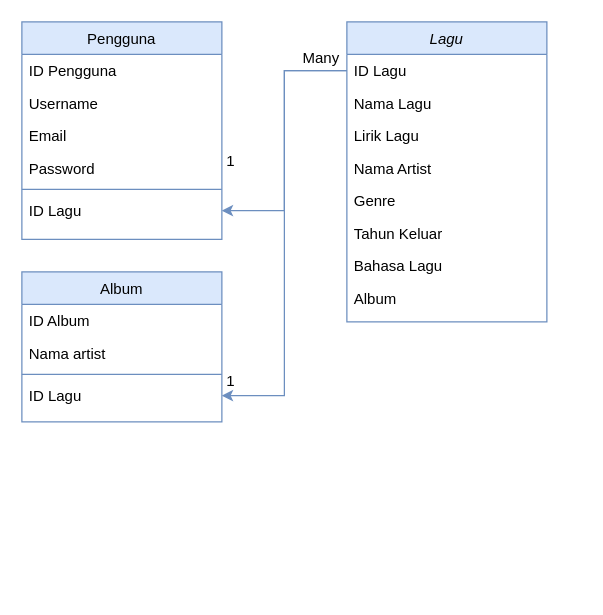
Before: Untitled Diagram.drawio in vinnnna/web, a draw.io diagram. Source tidied: cells renumbered, new cells numbered last; positions are measured from the earlier drawing's top-left corner, leaving out a move shared by most shapes. Both pictures are drawn from the tidied source at 125%, with x=0, y=0 at pixel (21, 21).
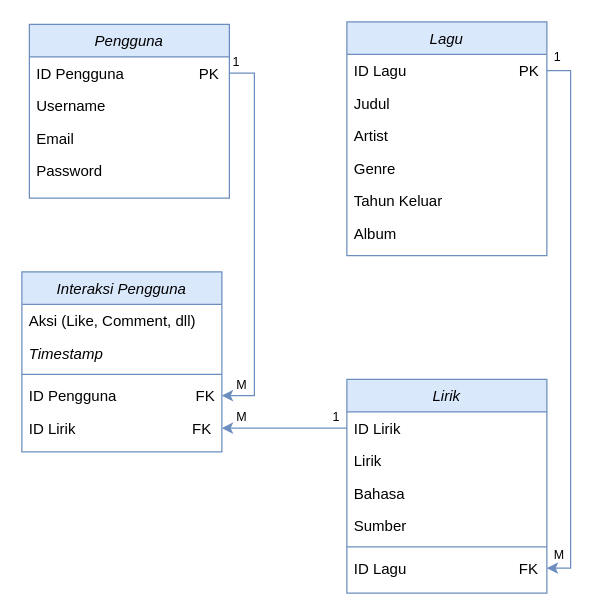
The same diagram, later.

The edit, as a diff of the source:
```diff
@@
     <mxCell id="2" value="Lagu" style="swimlane;fontStyle=2;align=center;verticalAlign=top;horizontal=1;startSize=26;rounded=0;shadow=0;strokeWidth=1;fillColor=#dae8fc;strokeColor=#6c8ebf;" parent="1" vertex="1">
-      <mxGeometry x="260" width="160" height="240" as="geometry" />
+      <mxGeometry x="260" width="160" height="187" as="geometry" />
     </mxCell>
-    <mxCell id="3" value="ID Lagu" style="text;align=left;verticalAlign=top;spacingLeft=4;spacingRight=4;overflow=hidden;points=[[0,0.5],[1,0.5]];portConstraint=eastwest;" parent="2" vertex="1">
+    <mxCell id="3" value="ID Lagu                           PK" style="text;align=left;verticalAlign=top;spacingLeft=4;spacingRight=4;overflow=hidden;points=[[0,0.5],[1,0.5]];portConstraint=eastwest;" parent="2" vertex="1">
       <mxGeometry y="26" width="160" height="26" as="geometry" />
     </mxCell>
-    <mxCell id="4" value="Nama Lagu" style="text;align=left;verticalAlign=top;spacingLeft=4;spacingRight=4;overflow=hidden;rounded=0;shadow=0;html=0;" parent="2" vertex="1">
+    <mxCell id="4" value="Judul" style="text;align=left;verticalAlign=top;spacingLeft=4;spacingRight=4;overflow=hidden;rounded=0;shadow=0;html=0;" parent="2" vertex="1">
       <mxGeometry y="52" width="160" height="26" as="geometry" />
     </mxCell>
-    <mxCell id="5" value="Lirik Lagu" style="text;align=left;verticalAlign=top;spacingLeft=4;spacingRight=4;overflow=hidden;rounded=0;shadow=0;html=0;" parent="2" vertex="1">
-      <mxGeometry y="78" width="160" height="26" as="geometry" />
-    </mxCell>
-    <mxCell id="6" value="Nama Artist" style="text;align=left;verticalAlign=top;spacingLeft=4;spacingRight=4;overflow=hidden;rounded=0;shadow=0;html=0;" parent="2" vertex="1">
-      <mxGeometry y="104" width="160" height="26" as="geometry" />
+    <mxCell id="6" value="Artist" style="text;align=left;verticalAlign=top;spacingLeft=4;spacingRight=4;overflow=hidden;rounded=0;shadow=0;html=0;" parent="2" vertex="1">
+      <mxGeometry y="78" width="160" height="26" as="geometry" />
     </mxCell>
     <mxCell id="7" value="Genre" style="text;align=left;verticalAlign=top;spacingLeft=4;spacingRight=4;overflow=hidden;rounded=0;shadow=0;html=0;" parent="2" vertex="1">
-      <mxGeometry y="130" width="160" height="26" as="geometry" />
+      <mxGeometry y="104" width="160" height="26" as="geometry" />
     </mxCell>
     <mxCell id="8" value="Tahun Keluar" style="text;align=left;verticalAlign=top;spacingLeft=4;spacingRight=4;overflow=hidden;rounded=0;shadow=0;html=0;" parent="2" vertex="1">
-      <mxGeometry y="156" width="160" height="26" as="geometry" />
+      <mxGeometry y="130" width="160" height="26" as="geometry" />
     </mxCell>
-    <mxCell id="9" value="Bahasa Lagu" style="text;align=left;verticalAlign=top;spacingLeft=4;spacingRight=4;overflow=hidden;rounded=0;shadow=0;html=0;" parent="2" vertex="1">
-      <mxGeometry y="182" width="160" height="26" as="geometry" />
+    <mxCell id="9" value="Album" style="text;align=left;verticalAlign=top;spacingLeft=4;spacingRight=4;overflow=hidden;rounded=0;shadow=0;html=0;" parent="2" vertex="1">
+      <mxGeometry y="156" width="160" height="26" as="geometry" />
     </mxCell>
-    <mxCell id="10" value="Album" style="text;align=left;verticalAlign=top;spacingLeft=4;spacingRight=4;overflow=hidden;rounded=0;shadow=0;html=0;" parent="2" vertex="1">
-      <mxGeometry y="208" width="160" height="26" as="geometry" />
-    </mxCell>
-    <mxCell id="11" value="Pengguna" style="swimlane;fontStyle=0;align=center;verticalAlign=top;horizontal=1;startSize=26;rounded=0;shadow=0;strokeWidth=1;fillColor=#dae8fc;strokeColor=#6c8ebf;" parent="1" vertex="1">
-      <mxGeometry width="160" height="174" as="geometry" />
+    <mxCell id="11" value="Pengguna" style="swimlane;fontStyle=2;align=center;verticalAlign=top;horizontal=1;startSize=26;rounded=0;shadow=0;strokeWidth=1;fillColor=#dae8fc;strokeColor=#6c8ebf;" parent="1" vertex="1">
+      <mxGeometry x="6" y="2" width="160" height="139" as="geometry" />
     </mxCell>
-    <mxCell id="12" value="ID Pengguna" style="text;align=left;verticalAlign=top;spacingLeft=4;spacingRight=4;overflow=hidden;points=[[0,0.5],[1,0.5]];portConstraint=eastwest;" parent="11" vertex="1">
+    <mxCell id="12" value="ID Pengguna                  PK" style="text;align=left;verticalAlign=top;spacingLeft=4;spacingRight=4;overflow=hidden;points=[[0,0.5],[1,0.5]];portConstraint=eastwest;" parent="11" vertex="1">
       <mxGeometry y="26" width="160" height="26" as="geometry" />
     </mxCell>
@@
-    <mxCell id="16" style="line;html=1;strokeWidth=1;align=left;verticalAlign=middle;spacingTop=-1;spacingLeft=3;spacingRight=3;labelPosition=right;fillColor=#dae8fc;strokeColor=#6c8ebf;" parent="11" vertex="1">
-      <mxGeometry y="130" width="160" height="8" as="geometry" />
-    </mxCell>
-    <mxCell id="17" value="ID Lagu" style="text;align=left;verticalAlign=top;spacingLeft=4;spacingRight=4;overflow=hidden;points=[[0,0.5],[1,0.5]];portConstraint=eastwest;" parent="11" vertex="1">
-      <mxGeometry y="138" width="160" height="26" as="geometry" />
-    </mxCell>
-    <mxCell id="18" value="Album" style="swimlane;fontStyle=0;align=center;verticalAlign=top;horizontal=1;startSize=26;rounded=0;shadow=0;strokeWidth=1;fillColor=#dae8fc;strokeColor=#6c8ebf;" parent="1" vertex="1">
-      <mxGeometry y="200" width="160" height="120" as="geometry" />
+    <mxCell id="18" value="Interaksi Pengguna" style="swimlane;fontStyle=2;align=center;verticalAlign=top;horizontal=1;startSize=26;rounded=0;shadow=0;strokeWidth=1;fillColor=#dae8fc;strokeColor=#6c8ebf;" parent="1" vertex="1">
+      <mxGeometry y="200" width="160" height="144" as="geometry" />
     </mxCell>
-    <mxCell id="19" value="ID Album" style="text;align=left;verticalAlign=top;spacingLeft=4;spacingRight=4;overflow=hidden;" parent="18" vertex="1">
+    <mxCell id="19" value="Aksi (Like, Comment, dll)" style="text;align=left;verticalAlign=top;spacingLeft=4;spacingRight=4;overflow=hidden;fontStyle=0;" parent="18" vertex="1">
       <mxGeometry y="26" width="160" height="26" as="geometry" />
     </mxCell>
-    <mxCell id="20" value="Nama artist" style="text;align=left;verticalAlign=top;spacingLeft=4;spacingRight=4;overflow=hidden;rounded=0;shadow=0;html=0;" parent="18" vertex="1">
+    <mxCell id="20" value="Timestamp" style="text;align=left;verticalAlign=top;spacingLeft=4;spacingRight=4;overflow=hidden;rounded=0;shadow=0;html=0;fontStyle=2;" parent="18" vertex="1">
       <mxGeometry y="52" width="160" height="26" as="geometry" />
     </mxCell>
@@
-    <mxCell id="22" value="ID Lagu" style="text;align=left;verticalAlign=top;spacingLeft=4;spacingRight=4;overflow=hidden;points=[[0,0.5],[1,0.5]];portConstraint=eastwest;" parent="18" vertex="1">
+    <mxCell id="22" value="ID Pengguna                   FK" style="text;align=left;verticalAlign=top;spacingLeft=4;spacingRight=4;overflow=hidden;points=[[0,0.5],[1,0.5]];portConstraint=eastwest;" parent="18" vertex="1">
       <mxGeometry y="86" width="160" height="26" as="geometry" />
     </mxCell>
-    <mxCell id="23" value="1" style="align=left;verticalAlign=bottom;labelBackgroundColor=none;fontSize=12;" parent="1" vertex="1">
-      <mxGeometry x="162" y="296" as="geometry" />
-    </mxCell>
-    <mxCell id="24" style="edgeStyle=orthogonalEdgeStyle;rounded=0;jettySize=auto;html=1;exitX=0;exitY=0.5;exitDx=0;exitDy=0;entryX=1;entryY=0.5;entryDx=0;entryDy=0;fillColor=#dae8fc;strokeColor=#6c8ebf;" parent="1" edge="1" source="3" target="17">
-      <mxGeometry relative="1" as="geometry" />
-    </mxCell>
-    <mxCell id="25" style="edgeStyle=orthogonalEdgeStyle;rounded=0;jettySize=auto;html=1;exitX=0;exitY=0.5;exitDx=0;exitDy=0;entryX=1;entryY=0.5;entryDx=0;entryDy=0;fillColor=#dae8fc;strokeColor=#6c8ebf;" parent="1" edge="1" source="3" target="22">
-      <mxGeometry relative="1" as="geometry" />
-    </mxCell>
-    <mxCell id="26" value="1" style="align=left;verticalAlign=bottom;labelBackgroundColor=none;fontSize=12;" parent="1" vertex="1">
-      <mxGeometry x="162" y="120" as="geometry" />
-    </mxCell>
-    <mxCell id="27" value="Many" style="align=left;verticalAlign=bottom;labelBackgroundColor=none;fontSize=12;" parent="1" vertex="1">
-      <mxGeometry x="223" y="37" as="geometry" />
-    </mxCell>
+    <mxCell id="28" value="ID Lirik                            FK" style="text;align=left;verticalAlign=top;spacingLeft=4;spacingRight=4;overflow=hidden;points=[[0,0.5],[1,0.5]];portConstraint=eastwest;" parent="18" vertex="1">
+      <mxGeometry y="112" width="160" height="26" as="geometry" />
+    </mxCell>
+    <mxCell id="29" value="Lirik" style="swimlane;fontStyle=2;align=center;verticalAlign=top;horizontal=1;startSize=26;rounded=0;shadow=0;strokeWidth=1;fillColor=#dae8fc;strokeColor=#6c8ebf;" parent="1" vertex="1">
+      <mxGeometry x="260" y="286" width="160" height="171" as="geometry" />
+    </mxCell>
+    <mxCell id="30" value="ID Lirik" style="text;align=left;verticalAlign=top;spacingLeft=4;spacingRight=4;overflow=hidden;points=[[0,0.5],[1,0.5]];portConstraint=eastwest;" parent="29" vertex="1">
+      <mxGeometry y="26" width="160" height="26" as="geometry" />
+    </mxCell>
+    <mxCell id="31" value="Lirik" style="text;align=left;verticalAlign=top;spacingLeft=4;spacingRight=4;overflow=hidden;rounded=0;shadow=0;html=0;" parent="29" vertex="1">
+      <mxGeometry y="52" width="160" height="26" as="geometry" />
+    </mxCell>
+    <mxCell id="32" value="Bahasa" style="text;align=left;verticalAlign=top;spacingLeft=4;spacingRight=4;overflow=hidden;rounded=0;shadow=0;html=0;" parent="29" vertex="1">
+      <mxGeometry y="78" width="160" height="26" as="geometry" />
+    </mxCell>
+    <mxCell id="33" value="Sumber" style="text;align=left;verticalAlign=top;spacingLeft=4;spacingRight=4;overflow=hidden;rounded=0;shadow=0;html=0;" parent="29" vertex="1">
+      <mxGeometry y="104" width="160" height="26" as="geometry" />
+    </mxCell>
+    <mxCell id="16" style="line;html=1;strokeWidth=1;align=left;verticalAlign=middle;spacingTop=-1;spacingLeft=3;spacingRight=3;labelPosition=right;fillColor=#dae8fc;strokeColor=#6c8ebf;" parent="29" vertex="1">
+      <mxGeometry y="130" width="160" height="8" as="geometry" />
+    </mxCell>
+    <mxCell id="34" value="ID Lagu                           FK" style="text;align=left;verticalAlign=top;spacingLeft=4;spacingRight=4;overflow=hidden;points=[[0,0.5],[1,0.5]];portConstraint=eastwest;rounded=0;shadow=0;html=0;fontSize=12;" parent="29" vertex="1">
+      <mxGeometry y="138" width="160" height="26" as="geometry" />
+    </mxCell>
+    <mxCell id="35" style="edgeStyle=orthogonalEdgeStyle;rounded=0;jettySize=auto;html=1;exitX=0;exitY=0.5;exitDx=0;exitDy=0;entryX=1;entryY=0.5;entryDx=0;entryDy=0;fillColor=#dae8fc;strokeColor=#6c8ebf;" parent="1" edge="1" source="30" target="28">
+      <mxGeometry relative="1" as="geometry" />
+    </mxCell>
+    <mxCell id="36" style="edgeStyle=orthogonalEdgeStyle;rounded=0;jettySize=auto;html=1;entryX=1;entryY=0.5;entryDx=0;entryDy=0;fillColor=#dae8fc;strokeColor=#6c8ebf;exitX=1;exitY=0.5;exitDx=0;exitDy=0;" parent="1" edge="1" source="12" target="22">
+      <mxGeometry relative="1" as="geometry" />
+    </mxCell>
+    <mxCell id="37" style="edgeStyle=orthogonalEdgeStyle;rounded=0;jettySize=auto;html=1;entryX=1;entryY=0.5;entryDx=0;entryDy=0;fillColor=#dae8fc;strokeColor=#6c8ebf;" parent="1" edge="1" source="3" target="34">
+      <mxGeometry relative="1" as="geometry">
+        <Array as="points">
+          <mxPoint x="439" y="39" />
+          <mxPoint x="439" y="437" />
+        </Array>
+      </mxGeometry>
+    </mxCell>
+    <mxCell id="38" value="&lt;font style=&quot;font-size: 10px;&quot;&gt;1&lt;/font&gt;" style="text;strokeColor=none;fillColor=none;spacingLeft=4;spacingRight=4;overflow=hidden;fontSize=12;whiteSpace=wrap;html=1;" parent="1" vertex="1">
+      <mxGeometry x="163" y="18" width="17" height="26" as="geometry" />
+    </mxCell>
+    <mxCell id="39" value="&lt;font style=&quot;font-size: 10px;&quot;&gt;1&lt;/font&gt;" style="text;strokeColor=none;fillColor=none;spacingLeft=4;spacingRight=4;overflow=hidden;fontSize=12;whiteSpace=wrap;html=1;" parent="1" vertex="1">
+      <mxGeometry x="243" y="302" width="17" height="26" as="geometry" />
+    </mxCell>
+    <mxCell id="40" value="&lt;font style=&quot;font-size: 10px;&quot;&gt;M&lt;/font&gt;" style="text;strokeColor=none;fillColor=none;spacingLeft=4;spacingRight=4;overflow=hidden;fontSize=12;whiteSpace=wrap;html=1;" parent="1" vertex="1">
+      <mxGeometry x="166" y="276" width="21" height="26" as="geometry" />
+    </mxCell>
+    <mxCell id="41" value="&lt;font style=&quot;font-size: 10px;&quot;&gt;M&lt;/font&gt;" style="text;strokeColor=none;fillColor=none;spacingLeft=4;spacingRight=4;overflow=hidden;fontSize=12;whiteSpace=wrap;html=1;" parent="1" vertex="1">
+      <mxGeometry x="166" y="302" width="21" height="26" as="geometry" />
+    </mxCell>
+    <mxCell id="42" value="&lt;font style=&quot;font-size: 10px;&quot;&gt;M&lt;/font&gt;" style="text;strokeColor=none;fillColor=none;spacingLeft=4;spacingRight=4;overflow=hidden;fontSize=12;whiteSpace=wrap;html=1;" parent="1" vertex="1">
+      <mxGeometry x="420" y="412" width="21" height="26" as="geometry" />
+    </mxCell>
+    <mxCell id="43" value="&lt;font style=&quot;font-size: 10px;&quot;&gt;1&lt;/font&gt;" style="text;strokeColor=none;fillColor=none;spacingLeft=4;spacingRight=4;overflow=hidden;fontSize=12;whiteSpace=wrap;html=1;" parent="1" vertex="1">
+      <mxGeometry x="420" y="14" width="17" height="26" as="geometry" />
+    </mxCell>
```
